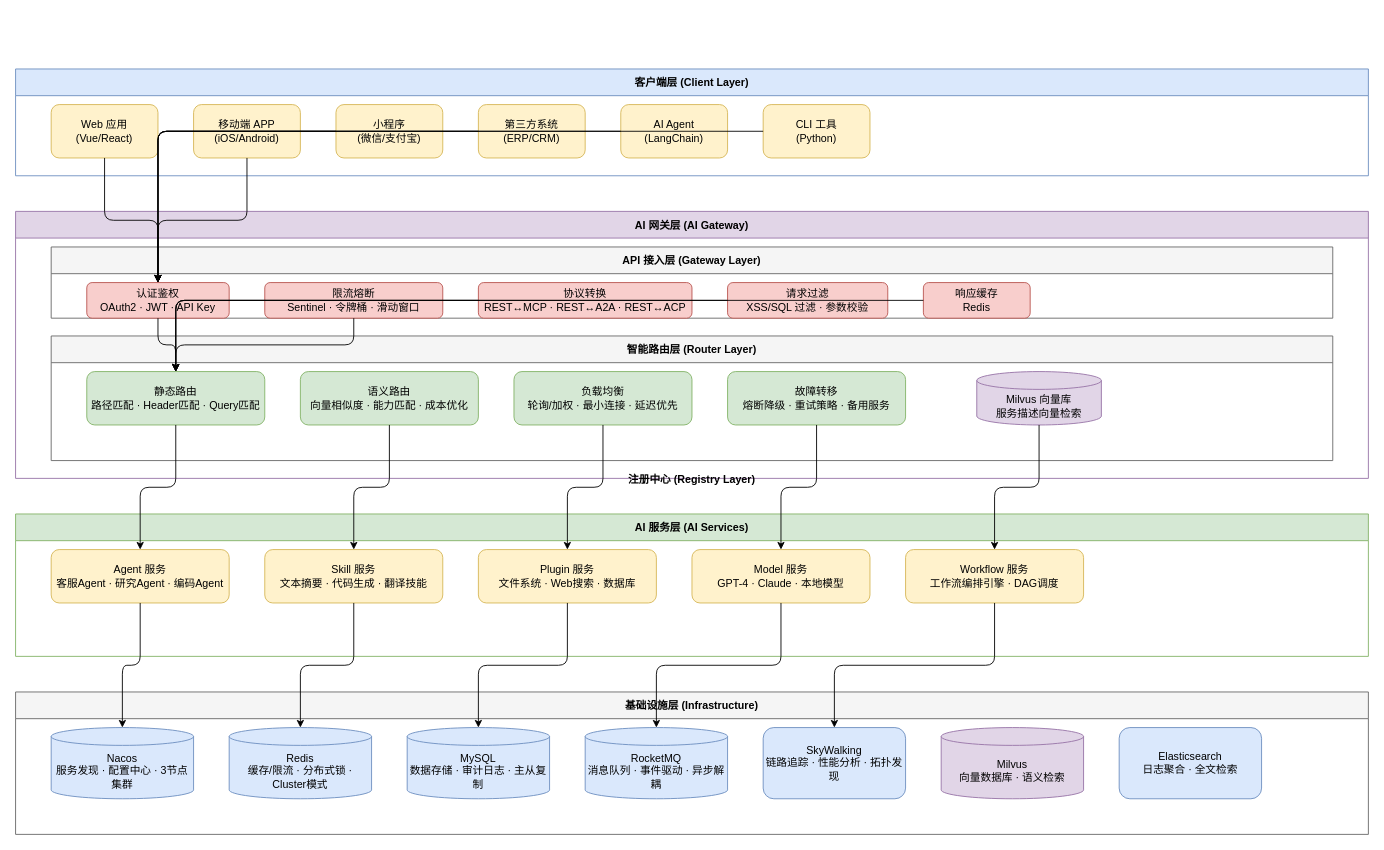
shinSG/ai-gateway keeps this draw.io diagram as docs/diagrams/system-architecture.drawio. Above is the earlier version. Source tidied: cells renumbered, new cells numbered last; positions are measured from the earlier drawing's top-left corner, leaving out a move shared by most shapes. Both pictures are drawn from the tidied source at 89%, with x=0, y=0 at pixel (15, 69).
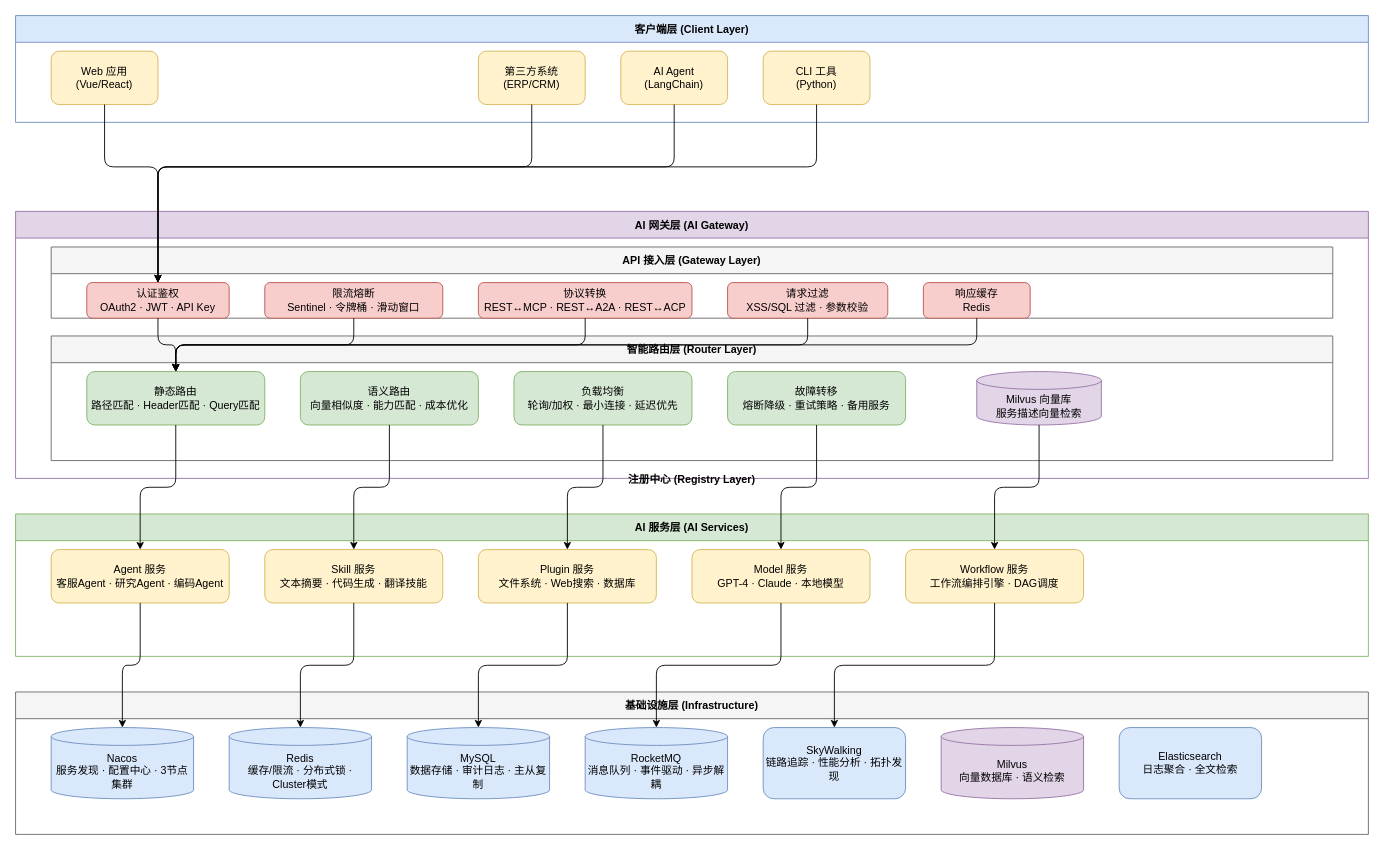
The same page after the edit.

Unchanged cells that the change refers to:
```xml
<mxCell id="3" value="Web 应用&#10;(Vue/React)" style="rounded=1;whiteSpace=wrap;html=1;fillColor=#fff2cc;strokeColor=#d6b656;" parent="2" vertex="1">
  <mxGeometry x="40" y="40" width="120" height="60" as="geometry" />
</mxCell>
<mxCell id="6" value="第三方系统&#10;(ERP/CRM)" style="rounded=1;whiteSpace=wrap;html=1;fillColor=#fff2cc;strokeColor=#d6b656;" parent="2" vertex="1">
  <mxGeometry x="520" y="40" width="120" height="60" as="geometry" />
</mxCell>
<mxCell id="7" value="AI Agent&#10;(LangChain)" style="rounded=1;whiteSpace=wrap;html=1;fillColor=#fff2cc;strokeColor=#d6b656;" parent="2" vertex="1">
  <mxGeometry x="680" y="40" width="120" height="60" as="geometry" />
</mxCell>
<mxCell id="8" value="CLI 工具&#10;(Python)" style="rounded=1;whiteSpace=wrap;html=1;fillColor=#fff2cc;strokeColor=#d6b656;" parent="2" vertex="1">
  <mxGeometry x="840" y="40" width="120" height="60" as="geometry" />
</mxCell>
<mxCell id="11" value="认证鉴权&#10;OAuth2 · JWT · API Key" style="rounded=1;whiteSpace=wrap;html=1;fillColor=#f8cecc;strokeColor=#b85450;" parent="10" vertex="1">
  <mxGeometry x="40" y="40" width="160" height="40" as="geometry" />
</mxCell>
<mxCell id="13" value="协议转换&#10;REST↔MCP · REST↔A2A · REST↔ACP" style="rounded=1;whiteSpace=wrap;html=1;fillColor=#f8cecc;strokeColor=#b85450;" parent="10" vertex="1">
  <mxGeometry x="480" y="40" width="240" height="40" as="geometry" />
</mxCell>
<mxCell id="14" value="请求过滤&#10;XSS/SQL 过滤 · 参数校验" style="rounded=1;whiteSpace=wrap;html=1;fillColor=#f8cecc;strokeColor=#b85450;" parent="10" vertex="1">
  <mxGeometry x="760" y="40" width="180" height="40" as="geometry" />
</mxCell>
<mxCell id="15" value="响应缓存&#10;Redis" style="rounded=1;whiteSpace=wrap;html=1;fillColor=#f8cecc;strokeColor=#b85450;" parent="10" vertex="1">
  <mxGeometry x="980" y="40" width="120" height="40" as="geometry" />
</mxCell>
<mxCell id="17" value="静态路由&#10;路径匹配 · Header匹配 · Query匹配" style="rounded=1;whiteSpace=wrap;html=1;fillColor=#d5e8d4;strokeColor=#82b366;" parent="16" vertex="1">
  <mxGeometry x="40" y="40" width="200" height="60" as="geometry" />
</mxCell>
```

What changed in the source:
```diff
@@
     <mxCell id="2" value="客户端层 (Client Layer)" style="swimlane;startSize=30;fillColor=#dae8fc;strokeColor=#6c8ebf;" parent="1" vertex="1">
-      <mxGeometry width="1520" height="120" as="geometry" />
+      <mxGeometry y="-60" width="1520" height="120" as="geometry" />
     </mxCell>
@@
-    <mxCell id="4" value="移动端 APP&#10;(iOS/Android)" style="rounded=1;whiteSpace=wrap;html=1;fillColor=#fff2cc;strokeColor=#d6b656;" parent="2" vertex="1">
-      <mxGeometry x="200" y="40" width="120" height="60" as="geometry" />
-    </mxCell>
-    <mxCell id="5" value="小程序&#10;(微信/支付宝)" style="rounded=1;whiteSpace=wrap;html=1;fillColor=#fff2cc;strokeColor=#d6b656;" parent="2" vertex="1">
-      <mxGeometry x="360" y="40" width="120" height="60" as="geometry" />
-    </mxCell>
@@
     <mxCell id="37" style="edgeStyle=orthogonalEdgeStyle;" parent="1" edge="1" source="3" target="11">
-      <mxGeometry relative="1" as="geometry" />
+      <mxGeometry relative="1" as="geometry">
+        <Array as="points">
+          <mxPoint x="100" y="110" />
+          <mxPoint x="160" y="110" />
+        </Array>
+      </mxGeometry>
     </mxCell>
-    <mxCell id="38" style="edgeStyle=orthogonalEdgeStyle;" parent="1" edge="1" source="4" target="11">
-      <mxGeometry relative="1" as="geometry" />
-    </mxCell>
-    <mxCell id="39" style="edgeStyle=orthogonalEdgeStyle;" parent="1" edge="1" source="5" target="11">
-      <mxGeometry relative="1" as="geometry" />
-    </mxCell>
     <mxCell id="40" style="edgeStyle=orthogonalEdgeStyle;" parent="1" edge="1" source="6" target="11">
-      <mxGeometry relative="1" as="geometry" />
+      <mxGeometry relative="1" as="geometry">
+        <Array as="points">
+          <mxPoint x="580" y="110" />
+          <mxPoint x="160" y="110" />
+        </Array>
+      </mxGeometry>
     </mxCell>
     <mxCell id="41" style="edgeStyle=orthogonalEdgeStyle;" parent="1" edge="1" source="7" target="11">
-      <mxGeometry relative="1" as="geometry" />
+      <mxGeometry relative="1" as="geometry">
+        <Array as="points">
+          <mxPoint x="740" y="110" />
+          <mxPoint x="160" y="110" />
+        </Array>
+      </mxGeometry>
     </mxCell>
     <mxCell id="42" style="edgeStyle=orthogonalEdgeStyle;" parent="1" edge="1" source="8" target="11">
-      <mxGeometry relative="1" as="geometry" />
+      <mxGeometry relative="1" as="geometry">
+        <Array as="points">
+          <mxPoint x="900" y="110" />
+          <mxPoint x="160" y="110" />
+        </Array>
+      </mxGeometry>
     </mxCell>
@@
     <mxCell id="45" style="edgeStyle=orthogonalEdgeStyle;" parent="1" edge="1" source="13" target="17">
-      <mxGeometry relative="1" as="geometry" />
+      <mxGeometry relative="1" as="geometry">
+        <Array as="points">
+          <mxPoint x="640" y="310" />
+          <mxPoint x="180" y="310" />
+        </Array>
+      </mxGeometry>
     </mxCell>
     <mxCell id="46" style="edgeStyle=orthogonalEdgeStyle;" parent="1" edge="1" source="14" target="17">
-      <mxGeometry relative="1" as="geometry" />
+      <mxGeometry relative="1" as="geometry">
+        <Array as="points">
+          <mxPoint x="890" y="310" />
+          <mxPoint x="180" y="310" />
+        </Array>
+      </mxGeometry>
     </mxCell>
     <mxCell id="47" style="edgeStyle=orthogonalEdgeStyle;" parent="1" edge="1" source="15" target="17">
-      <mxGeometry relative="1" as="geometry" />
+      <mxGeometry relative="1" as="geometry">
+        <Array as="points">
+          <mxPoint x="1080" y="310" />
+          <mxPoint x="180" y="310" />
+        </Array>
+      </mxGeometry>
     </mxCell>
```
